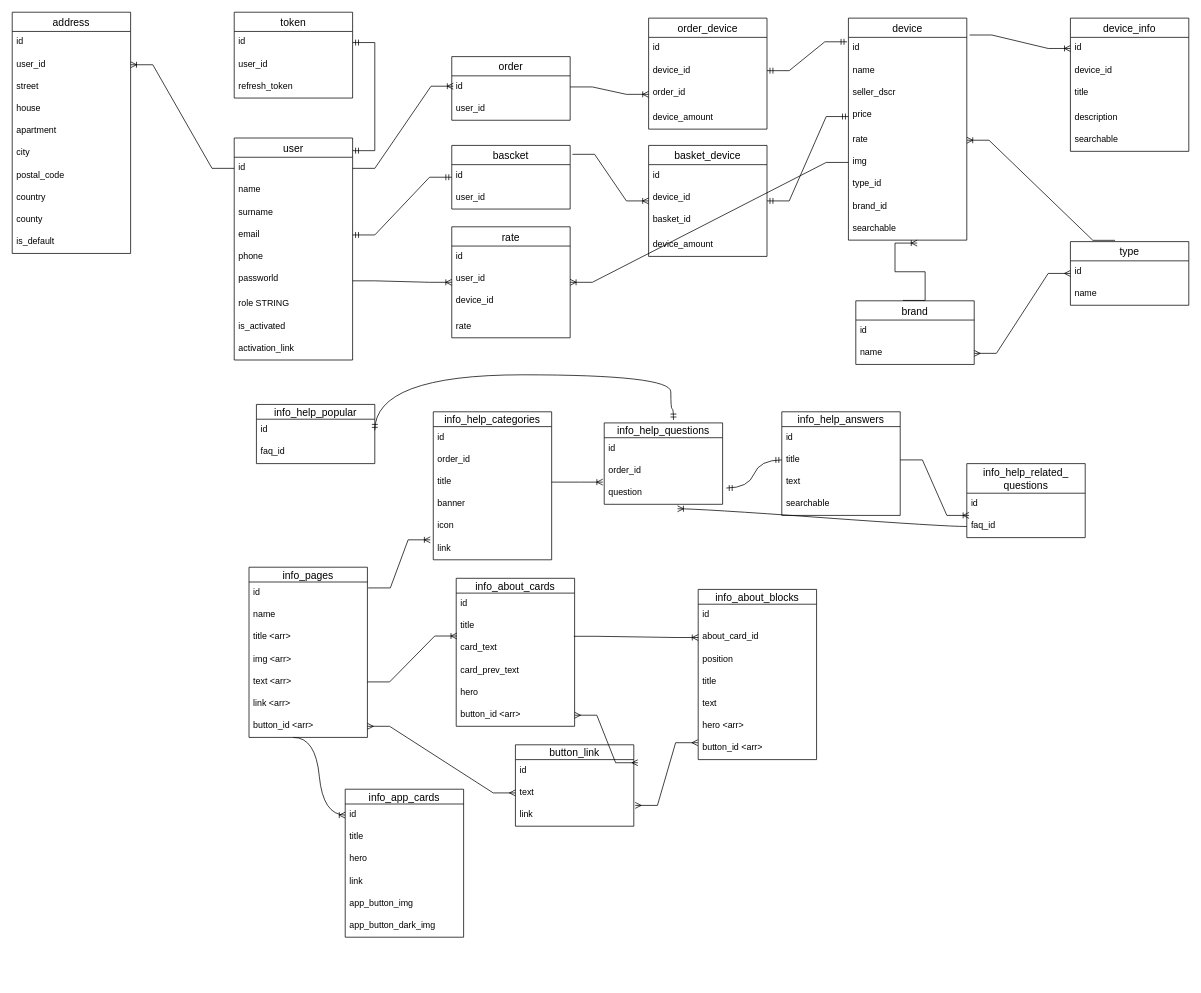
Above: server/models/db_diagram.drawio in zaxel/react_simple_shop (draw.io), before the change. Source tidied: cells renumbered, new cells numbered last; positions are measured from the earlier drawing's top-left corner, leaving out a move shared by most shapes. Both pictures are drawn from the tidied source at 74%, with x=0, y=0 at pixel (12, 12).
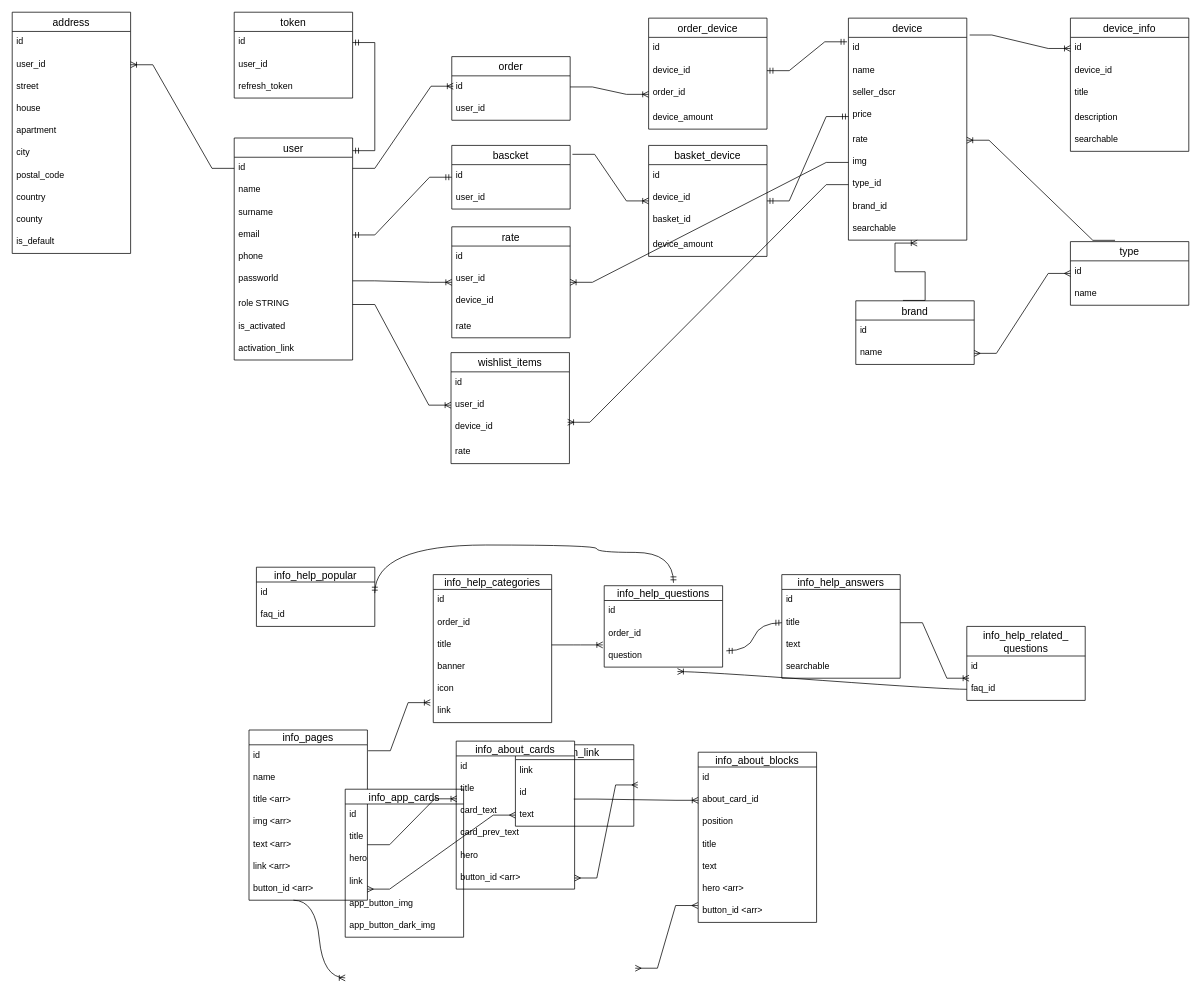
Above is the later version.

The change refers to these unchanged cells:
```xml
<mxCell id="9" value="role STRING" style="text;strokeColor=none;fillColor=none;spacingLeft=4;spacingRight=4;overflow=hidden;points=[[0,0.5],[1,0.5]];portConstraint=eastwest;fontSize=12;" parent="2" vertex="1">
  <mxGeometry y="210" width="160" height="30" as="geometry" />
</mxCell>
<mxCell id="23" value="type_id" style="text;strokeColor=none;fillColor=none;spacingLeft=4;spacingRight=4;overflow=hidden;points=[[0,0.5],[1,0.5]];portConstraint=eastwest;fontSize=12;" parent="16" vertex="1">
  <mxGeometry y="210" width="160" height="30" as="geometry" />
</mxCell>
<mxCell id="79" value="button_id &lt;arr&gt;" style="text;strokeColor=none;fillColor=none;spacingLeft=4;spacingRight=4;overflow=hidden;points=[[0,0.5],[1,0.5]];portConstraint=eastwest;fontSize=12;" parent="72" vertex="1">
  <mxGeometry y="200" width="160" height="30" as="geometry" />
</mxCell>
<mxCell id="80" value="button_link" style="swimlane;fontStyle=0;horizontal=1;startSize=20;align=center;fontSize=14;" parent="1" vertex="1">
  <mxGeometry x="680" y="990" width="160" height="110" as="geometry" />
</mxCell>
<mxCell id="96" value="id" style="text;strokeColor=none;fillColor=none;spacingLeft=4;spacingRight=4;overflow=hidden;points=[[0,0.5],[1,0.5]];portConstraint=eastwest;fontSize=12;" parent="95" vertex="1">
  <mxGeometry y="20" width="160" height="30" as="geometry" />
</mxCell>
<mxCell id="111" value="id" style="text;strokeColor=none;fillColor=none;spacingLeft=4;spacingRight=4;overflow=hidden;points=[[0,0.5],[1,0.5]];portConstraint=eastwest;fontSize=12;" parent="110" vertex="1">
  <mxGeometry y="20" width="160" height="30" as="geometry" />
</mxCell>
<mxCell id="133" value="button_id &lt;arr&gt;" style="text;strokeColor=none;fillColor=none;spacingLeft=4;spacingRight=4;overflow=hidden;points=[[0,0.5],[1,0.5]];portConstraint=eastwest;fontSize=12;" parent="126" vertex="1">
  <mxGeometry y="200" width="160" height="30" as="geometry" />
</mxCell>
```

The edit, as a diff of the source:
```diff
@@
     <mxCell id="72" value="info_pages" style="swimlane;fontStyle=0;horizontal=1;startSize=20;align=center;fontSize=14;" parent="1" vertex="1">
-      <mxGeometry x="320" y="750" width="160" height="230" as="geometry" />
+      <mxGeometry x="320" y="970" width="160" height="230" as="geometry" />
     </mxCell>
@@
+    <mxCell id="83" value="link" style="text;strokeColor=none;fillColor=none;spacingLeft=4;spacingRight=4;overflow=hidden;points=[[0,0.5],[1,0.5]];portConstraint=eastwest;fontSize=12;" parent="80" vertex="1">
+      <mxGeometry y="20" width="160" height="30" as="geometry" />
+    </mxCell>
     <mxCell id="81" value="id" style="text;strokeColor=none;fillColor=none;spacingLeft=4;spacingRight=4;overflow=hidden;points=[[0,0.5],[1,0.5]];portConstraint=eastwest;fontSize=12;" parent="80" vertex="1">
-      <mxGeometry y="20" width="160" height="30" as="geometry" />
+      <mxGeometry y="50" width="160" height="30" as="geometry" />
     </mxCell>
     <mxCell id="82" value="text" style="text;strokeColor=none;fillColor=none;spacingLeft=4;spacingRight=4;overflow=hidden;points=[[0,0.5],[1,0.5]];portConstraint=eastwest;fontSize=12;" parent="80" vertex="1">
-      <mxGeometry y="50" width="160" height="30" as="geometry" />
+      <mxGeometry y="80" width="160" height="30" as="geometry" />
     </mxCell>
-    <mxCell id="83" value="link" style="text;strokeColor=none;fillColor=none;spacingLeft=4;spacingRight=4;overflow=hidden;points=[[0,0.5],[1,0.5]];portConstraint=eastwest;fontSize=12;" parent="80" vertex="1">
-      <mxGeometry y="80" width="160" height="30" as="geometry" />
-    </mxCell>
     <mxCell id="84" value="info_help_categories" style="swimlane;fontStyle=0;horizontal=1;startSize=20;align=center;fontSize=14;" parent="1" vertex="1">
-      <mxGeometry x="569" y="540" width="160" height="200" as="geometry" />
+      <mxGeometry x="569" y="760" width="160" height="200" as="geometry" />
     </mxCell>
@@
     <mxCell id="91" value="info_help_questions" style="swimlane;fontStyle=0;horizontal=1;startSize=20;align=center;fontSize=14;" parent="1" vertex="1">
-      <mxGeometry x="800" y="555" width="160" height="110" as="geometry" />
+      <mxGeometry x="800" y="775" width="160" height="110" as="geometry" />
     </mxCell>
@@
     <mxCell id="95" value="info_help_popular" style="swimlane;fontStyle=0;horizontal=1;startSize=20;align=center;fontSize=14;" parent="1" vertex="1">
-      <mxGeometry x="330" y="530" width="160" height="80" as="geometry" />
+      <mxGeometry x="330" y="750" width="160" height="80" as="geometry" />
     </mxCell>
@@
     <mxCell id="100" value="info_help_related_&#10;questions" style="swimlane;fontStyle=0;horizontal=1;startSize=40;align=center;fontSize=14;direction=east;" parent="1" vertex="1">
-      <mxGeometry x="1290" y="610" width="160" height="100" as="geometry" />
+      <mxGeometry x="1290" y="830" width="160" height="100" as="geometry" />
     </mxCell>
@@
     <mxCell id="103" value="info_help_answers" style="swimlane;fontStyle=0;horizontal=1;startSize=20;align=center;fontSize=14;" parent="1" vertex="1">
-      <mxGeometry x="1040" y="540" width="160" height="140" as="geometry" />
+      <mxGeometry x="1040" y="760" width="160" height="140" as="geometry" />
     </mxCell>
@@
-    <mxCell id="117" style="edgeStyle=entityRelationEdgeStyle;fontSize=12;html=1;endArrow=ERoneToMany;rounded=0;curved=1;exitX=0.375;exitY=1;exitDx=0;exitDy=0;exitPerimeter=0;entryX=0;entryY=0.5;entryDx=0;entryDy=0;" parent="1" edge="1" source="79" target="111">
-      <mxGeometry relative="1" as="geometry" />
+    <mxCell id="117" style="edgeStyle=entityRelationEdgeStyle;fontSize=12;html=1;endArrow=ERoneToMany;rounded=0;curved=1;exitX=0.375;exitY=1;exitDx=0;exitDy=0;exitPerimeter=0;entryX=0;entryY=0.5;entryDx=0;entryDy=0;" parent="1" edge="1" source="79">
+      <mxGeometry relative="1" as="geometry">
+        <mxPoint x="450" y="1305" as="targetPoint" />
+      </mxGeometry>
     </mxCell>
@@
     <mxCell id="119" value="info_about_cards" style="swimlane;fontStyle=0;horizontal=1;startSize=20;align=center;fontSize=14;" parent="1" vertex="1">
-      <mxGeometry x="600" y="765" width="160" height="200" as="geometry" />
+      <mxGeometry x="600" y="985" width="160" height="200" as="geometry" />
     </mxCell>
@@
     <mxCell id="126" value="info_about_blocks" style="swimlane;fontStyle=0;horizontal=1;startSize=20;align=center;fontSize=14;" parent="1" vertex="1">
-      <mxGeometry x="927" y="780" width="160" height="230" as="geometry" />
+      <mxGeometry x="927" y="1000" width="160" height="230" as="geometry" />
     </mxCell>
@@
-    <mxCell id="135" style="edgeStyle=entityRelationEdgeStyle;fontSize=12;html=1;endArrow=ERmany;startArrow=ERmany;rounded=0;entryX=-0.003;entryY=0.239;entryDx=0;entryDy=0;entryPerimeter=0;exitX=1.012;exitY=0.063;exitDx=0;exitDy=0;exitPerimeter=0;" parent="1" edge="1" source="83" target="133">
-      <mxGeometry relative="1" as="geometry" />
+    <mxCell id="135" style="edgeStyle=entityRelationEdgeStyle;fontSize=12;html=1;endArrow=ERmany;startArrow=ERmany;rounded=0;entryX=-0.003;entryY=0.239;entryDx=0;entryDy=0;entryPerimeter=0;exitX=1.012;exitY=0.063;exitDx=0;exitDy=0;exitPerimeter=0;" parent="1" edge="1" target="133">
+      <mxGeometry relative="1" as="geometry">
+        <mxPoint x="841.9" y="1291.9" as="sourcePoint" />
+      </mxGeometry>
     </mxCell>
@@
     <mxCell id="138" style="edgeStyle=orthogonalEdgeStyle;fontSize=12;html=1;endArrow=ERmandOne;startArrow=ERmandOne;rounded=0;exitX=1;exitY=0.5;exitDx=0;exitDy=0;curved=1;entryX=0.585;entryY=-0.036;entryDx=0;entryDy=0;entryPerimeter=0;" parent="1" edge="1" source="96" target="91">
       <mxGeometry relative="1" as="geometry">
         <Array as="points">
-          <mxPoint x="490" y="490" />
-          <mxPoint x="890" y="490" />
-          <mxPoint x="890" y="536" />
+          <mxPoint x="490" y="720" />
+          <mxPoint x="790" y="720" />
+          <mxPoint x="790" y="730" />
+          <mxPoint x="894" y="730" />
         </Array>
       </mxGeometry>
     </mxCell>
@@
+    <mxCell id="152" value="wishlist_items" style="swimlane;fontStyle=0;horizontal=1;startSize=26;align=center;fontSize=14;" parent="1" vertex="1">
+      <mxGeometry x="593" y="460" width="160" height="150" as="geometry" />
+    </mxCell>
+    <mxCell id="153" value="id" style="text;strokeColor=none;fillColor=none;spacingLeft=4;spacingRight=4;overflow=hidden;fontSize=12;" parent="152" vertex="1">
+      <mxGeometry y="26" width="160" height="30" as="geometry" />
+    </mxCell>
+    <mxCell id="154" value="user_id" style="text;strokeColor=none;fillColor=none;spacingLeft=4;spacingRight=4;overflow=hidden;points=[[0,0.5],[1,0.5]];portConstraint=eastwest;fontSize=12;" parent="152" vertex="1">
+      <mxGeometry y="56" width="160" height="30" as="geometry" />
+    </mxCell>
+    <mxCell id="155" value="device_id" style="text;strokeColor=none;fillColor=none;spacingLeft=4;spacingRight=4;overflow=hidden;points=[[0,0.5],[1,0.5]];portConstraint=eastwest;fontSize=12;" parent="152" vertex="1">
+      <mxGeometry y="86" width="160" height="34" as="geometry" />
+    </mxCell>
+    <mxCell id="156" value="rate" style="text;strokeColor=none;fillColor=none;spacingLeft=4;spacingRight=4;overflow=hidden;fontSize=12;" parent="152" vertex="1">
+      <mxGeometry y="120" width="160" height="30" as="geometry" />
+    </mxCell>
+    <mxCell id="157" style="edgeStyle=entityRelationEdgeStyle;fontSize=12;html=1;endArrow=ERoneToMany;rounded=0;exitX=1;exitY=0.5;exitDx=0;exitDy=0;entryX=0;entryY=0.5;entryDx=0;entryDy=0;" parent="1" edge="1" source="9" target="154">
+      <mxGeometry relative="1" as="geometry" />
+    </mxCell>
+    <mxCell id="158" style="edgeStyle=entityRelationEdgeStyle;fontSize=12;html=1;endArrow=ERoneToMany;rounded=0;entryX=0.985;entryY=0.239;entryDx=0;entryDy=0;entryPerimeter=0;exitX=0;exitY=0.5;exitDx=0;exitDy=0;" parent="1" edge="1" source="23" target="155">
+      <mxGeometry relative="1" as="geometry">
+        <Array as="points">
+          <mxPoint x="1360" y="477" />
+        </Array>
+      </mxGeometry>
+    </mxCell>
```
